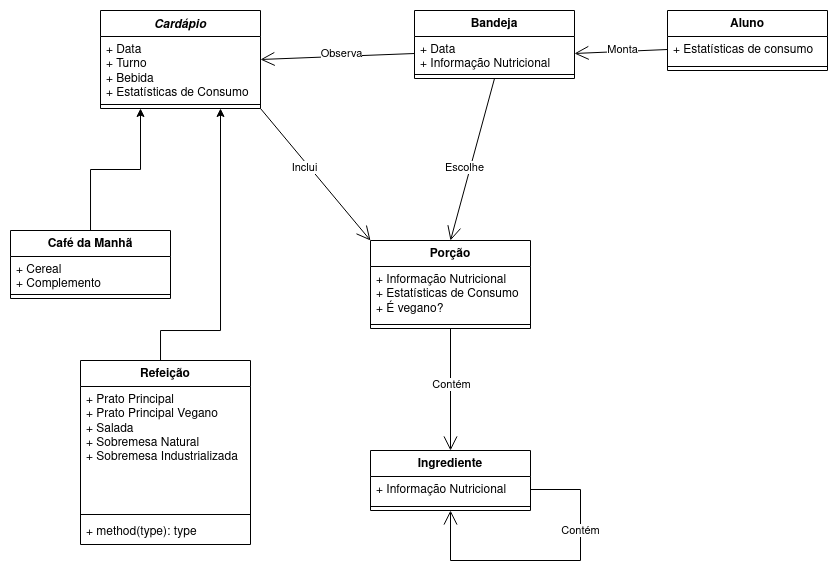
This is lab02/images/UML_Restaurante.png from uniaovasko/vasco, a draw.io export, as it was before one commit. Source tidied: cells renumbered, new cells last; positions are measured from the earlier drawing's top-left corner, leaving out a move shared by most shapes.
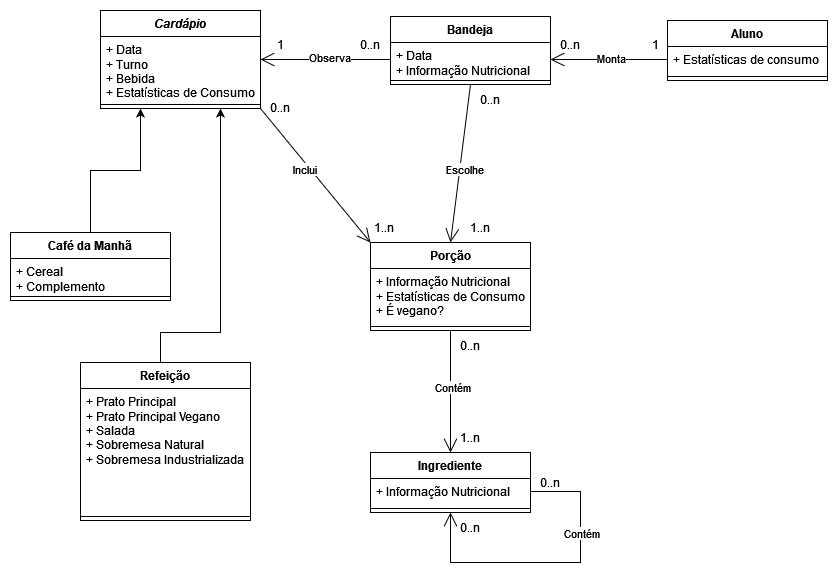
Above is the later version.

Commit message:
uml pronto

Change to the diagram source:
```diff
@@ -51,7 +51,7 @@
       </mxGeometry>
     </mxCell>
     <mxCell id="15" value="Refeição" style="swimlane;fontStyle=1;align=center;verticalAlign=top;horizontal=1;startSize=26;whiteSpace=wrap;html=1;" parent="1" vertex="1">
-      <mxGeometry x="70" y="350" width="170" height="184" as="geometry" />
+      <mxGeometry x="70" y="350" width="170" height="158" as="geometry" />
     </mxCell>
     <mxCell id="16" value="&lt;div&gt;+ Prato Principal&lt;/div&gt;&lt;div&gt;+ Prato Principal Vegano&lt;/div&gt;&lt;div&gt;+ Salada&lt;/div&gt;&lt;div&gt;+ Sobremesa Natural&lt;/div&gt;&lt;div&gt;+ Sobremesa Industrializada&lt;br&gt;&lt;/div&gt;" style="text;strokeColor=none;fillColor=none;align=left;verticalAlign=top;spacingLeft=4;spacingRight=4;overflow=hidden;whiteSpace=wrap;html=1;" parent="15" vertex="1">
       <mxGeometry y="26" width="170" height="124" as="geometry" />
@@ -59,11 +59,8 @@
     <mxCell id="17" style="line;strokeWidth=1;fillColor=none;align=left;verticalAlign=middle;spacingTop=-1;spacingLeft=3;spacingRight=3;labelPosition=right;strokeColor=inherit;" parent="15" vertex="1">
       <mxGeometry y="150" width="170" height="8" as="geometry" />
     </mxCell>
-    <mxCell id="18" value="+ method(type): type" style="text;strokeColor=none;fillColor=none;align=left;verticalAlign=top;spacingLeft=4;spacingRight=4;overflow=hidden;whiteSpace=wrap;html=1;" parent="15" vertex="1">
-      <mxGeometry y="158" width="170" height="26" as="geometry" />
-    </mxCell>
     <mxCell id="19" value="Bandeja" style="swimlane;fontStyle=1;align=center;verticalAlign=top;horizontal=1;startSize=26;whiteSpace=wrap;html=1;" parent="1" vertex="1">
-      <mxGeometry x="404" width="160" height="68" as="geometry" />
+      <mxGeometry x="380" y="4" width="160" height="68" as="geometry" />
     </mxCell>
     <mxCell id="20" value="&lt;div&gt;+ Data&lt;/div&gt;&lt;div&gt;+ Informação Nutricional&lt;br&gt;&lt;/div&gt;" style="text;strokeColor=none;fillColor=none;align=left;verticalAlign=top;spacingLeft=4;spacingRight=4;overflow=hidden;points=[[0,0.5],[1,0.5]];portConstraint=eastwest;whiteSpace=wrap;html=1;" parent="19" vertex="1">
       <mxGeometry y="26" width="160" height="34" as="geometry" />
@@ -72,7 +69,7 @@
       <mxGeometry y="60" width="160" height="8" as="geometry" />
     </mxCell>
     <mxCell id="22" value="Aluno" style="swimlane;fontStyle=1;align=center;verticalAlign=top;horizontal=1;startSize=26;whiteSpace=wrap;html=1;" parent="1" vertex="1">
-      <mxGeometry x="657" width="160" height="60" as="geometry" />
+      <mxGeometry x="657" y="8" width="160" height="60" as="geometry" />
     </mxCell>
     <mxCell id="23" value="+ Estatísticas de consumo" style="text;strokeColor=none;fillColor=none;align=left;verticalAlign=top;spacingLeft=4;spacingRight=4;overflow=hidden;points=[[0,0.5],[1,0.5]];portConstraint=eastwest;whiteSpace=wrap;html=1;" parent="22" vertex="1">
       <mxGeometry y="26" width="160" height="26" as="geometry" />
@@ -81,7 +78,7 @@
       <mxGeometry y="52" width="160" height="8" as="geometry" />
     </mxCell>
     <mxCell id="25" value="&lt;i&gt;Cardápio&lt;/i&gt;" style="swimlane;fontStyle=1;align=center;verticalAlign=top;horizontal=1;startSize=26;whiteSpace=wrap;html=1;" parent="1" vertex="1">
-      <mxGeometry x="90" width="160" height="98" as="geometry" />
+      <mxGeometry x="90" y="-2" width="160" height="98" as="geometry" />
     </mxCell>
     <mxCell id="26" value="&lt;div&gt;+ Data&lt;/div&gt;&lt;div&gt;+ Turno&lt;/div&gt;&lt;div&gt;+ Bebida&lt;br&gt;&lt;/div&gt;&lt;div&gt;+ Estatísticas de Consumo&lt;br&gt;&lt;/div&gt;" style="text;strokeColor=none;fillColor=none;align=left;verticalAlign=top;spacingLeft=4;spacingRight=4;overflow=hidden;whiteSpace=wrap;html=1;" parent="25" vertex="1">
       <mxGeometry y="26" width="160" height="64" as="geometry" />
@@ -129,5 +126,41 @@
     <mxCell id="37" value="Contém" style="edgeLabel;html=1;align=center;verticalAlign=middle;" parent="1" vertex="1">
       <mxGeometry x="570" y="520" as="geometry" />
     </mxCell>
+    <mxCell id="38" value="1" style="text;html=1;strokeColor=none;fillColor=none;align=center;verticalAlign=middle;whiteSpace=wrap;rounded=0;" parent="1" vertex="1">
+      <mxGeometry x="615" y="17" width="60" height="30" as="geometry" />
+    </mxCell>
+    <mxCell id="39" value="0..n" style="text;html=1;strokeColor=none;fillColor=none;align=center;verticalAlign=middle;whiteSpace=wrap;rounded=0;" parent="1" vertex="1">
+      <mxGeometry x="530" y="17" width="60" height="30" as="geometry" />
+    </mxCell>
+    <mxCell id="40" value="0..n" style="text;html=1;strokeColor=none;fillColor=none;align=center;verticalAlign=middle;whiteSpace=wrap;rounded=0;" parent="1" vertex="1">
+      <mxGeometry x="330" y="17" width="60" height="30" as="geometry" />
+    </mxCell>
+    <mxCell id="41" value="1" style="text;html=1;strokeColor=none;fillColor=none;align=center;verticalAlign=middle;whiteSpace=wrap;rounded=0;" parent="1" vertex="1">
+      <mxGeometry x="240" y="17" width="60" height="30" as="geometry" />
+    </mxCell>
+    <mxCell id="42" value="0..n" style="text;html=1;strokeColor=none;fillColor=none;align=center;verticalAlign=middle;whiteSpace=wrap;rounded=0;" parent="1" vertex="1">
+      <mxGeometry x="450" y="72" width="60" height="30" as="geometry" />
+    </mxCell>
+    <mxCell id="43" value="1..n" style="text;html=1;strokeColor=none;fillColor=none;align=center;verticalAlign=middle;whiteSpace=wrap;rounded=0;" parent="1" vertex="1">
+      <mxGeometry x="440" y="200" width="60" height="30" as="geometry" />
+    </mxCell>
+    <mxCell id="44" value="1..n" style="text;html=1;strokeColor=none;fillColor=none;align=center;verticalAlign=middle;whiteSpace=wrap;rounded=0;" parent="1" vertex="1">
+      <mxGeometry x="344" y="200" width="60" height="30" as="geometry" />
+    </mxCell>
+    <mxCell id="45" value="0..n" style="text;html=1;strokeColor=none;fillColor=none;align=center;verticalAlign=middle;whiteSpace=wrap;rounded=0;" parent="1" vertex="1">
+      <mxGeometry x="240" y="80" width="60" height="30" as="geometry" />
+    </mxCell>
+    <mxCell id="46" value="0..n" style="text;html=1;strokeColor=none;fillColor=none;align=center;verticalAlign=middle;whiteSpace=wrap;rounded=0;" parent="1" vertex="1">
+      <mxGeometry x="430" y="318" width="60" height="30" as="geometry" />
+    </mxCell>
+    <mxCell id="47" value="1..n" style="text;html=1;strokeColor=none;fillColor=none;align=center;verticalAlign=middle;whiteSpace=wrap;rounded=0;" parent="1" vertex="1">
+      <mxGeometry x="430" y="410" width="60" height="30" as="geometry" />
+    </mxCell>
+    <mxCell id="48" value="0..n" style="text;html=1;strokeColor=none;fillColor=none;align=center;verticalAlign=middle;whiteSpace=wrap;rounded=0;" parent="1" vertex="1">
+      <mxGeometry x="510" y="455" width="60" height="30" as="geometry" />
+    </mxCell>
+    <mxCell id="49" value="0..n" style="text;html=1;strokeColor=none;fillColor=none;align=center;verticalAlign=middle;whiteSpace=wrap;rounded=0;" parent="1" vertex="1">
+      <mxGeometry x="430" y="500" width="60" height="30" as="geometry" />
+    </mxCell>
   </root>
 </mxGraphModel>
```
